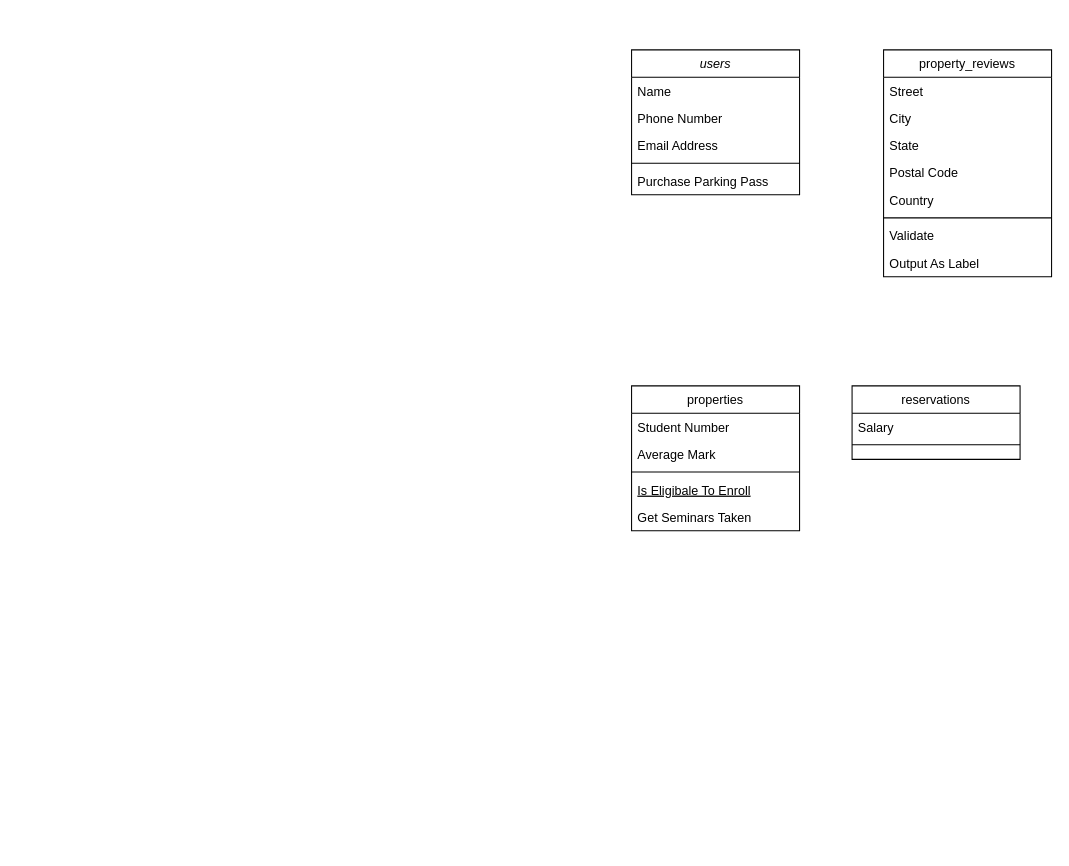
Before: erb/lightbnb erb.drawio in Kevinliao0857/LighthouseBnB, a draw.io diagram. Source tidied: cells renumbered, new cells numbered last; positions are measured from the earlier drawing's top-left corner, leaving out a move shared by most shapes. Both pictures are drawn from the tidied source at 105%, with x=0, y=0 at pixel (631, 49).
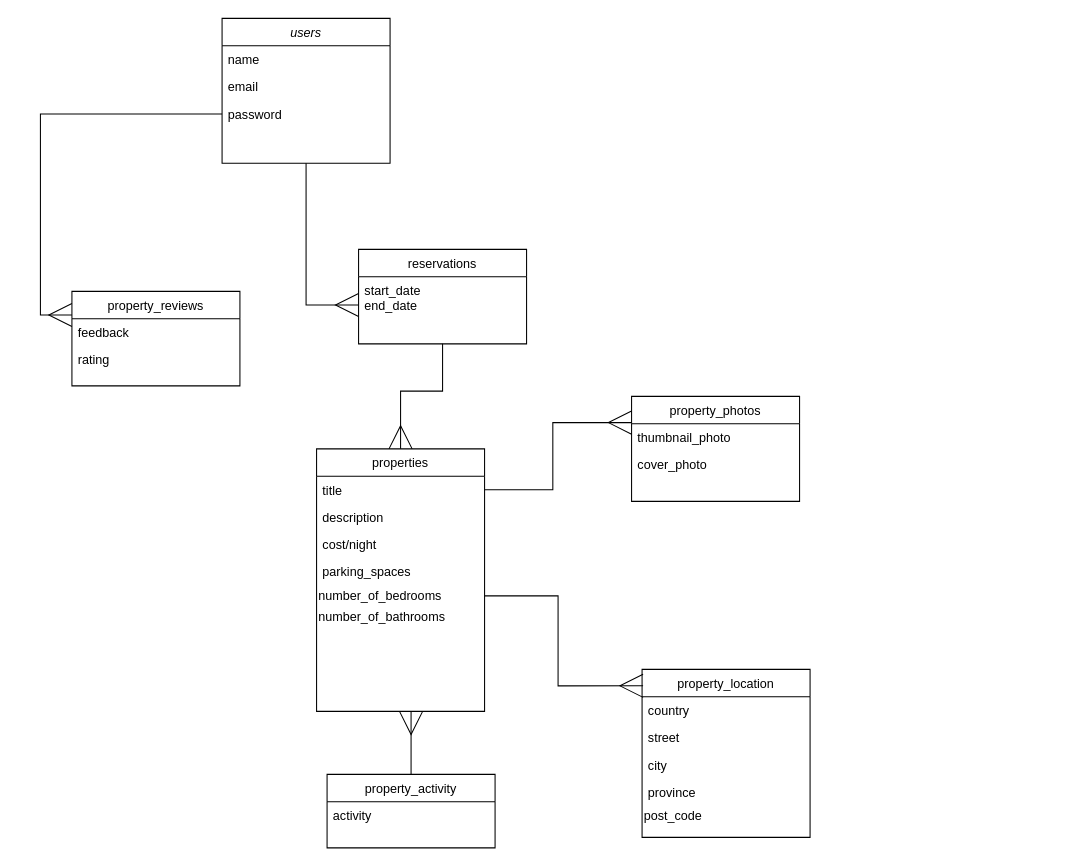
Above is the later version.

Diff of the diagram source:
```diff
@@
+    <mxCell id="26" style="edgeStyle=orthogonalEdgeStyle;rounded=0;jettySize=auto;html=1;endArrow=ERmany;endFill=0;endSize=20;strokeWidth=1;" parent="1" edge="1" source="2" target="15">
+      <mxGeometry relative="1" as="geometry" />
+    </mxCell>
     <mxCell id="2" value="users" style="swimlane;fontStyle=2;align=center;verticalAlign=top;horizontal=1;startSize=26;rounded=0;shadow=0;strokeWidth=1;" parent="1" vertex="1">
-      <mxGeometry width="160" height="138" as="geometry" />
+      <mxGeometry x="-390" y="-30" width="160" height="138" as="geometry" />
     </mxCell>
-    <mxCell id="3" value="Name" style="text;align=left;verticalAlign=top;spacingLeft=4;spacingRight=4;overflow=hidden;" parent="2" vertex="1">
+    <mxCell id="3" value="name" style="text;align=left;verticalAlign=top;spacingLeft=4;spacingRight=4;overflow=hidden;" parent="2" vertex="1">
       <mxGeometry y="26" width="160" height="26" as="geometry" />
     </mxCell>
-    <mxCell id="4" value="Phone Number" style="text;align=left;verticalAlign=top;spacingLeft=4;spacingRight=4;overflow=hidden;rounded=0;shadow=0;html=0;" parent="2" vertex="1">
+    <mxCell id="4" value="email" style="text;align=left;verticalAlign=top;spacingLeft=4;spacingRight=4;overflow=hidden;rounded=0;shadow=0;html=0;" parent="2" vertex="1">
       <mxGeometry y="52" width="160" height="26" as="geometry" />
     </mxCell>
-    <mxCell id="5" value="Email Address" style="text;align=left;verticalAlign=top;spacingLeft=4;spacingRight=4;overflow=hidden;points=[[0,0.5],[1,0.5]];portConstraint=eastwest;rounded=0;shadow=0;html=0;" parent="2" vertex="1">
+    <mxCell id="5" value="password" style="text;align=left;verticalAlign=top;spacingLeft=4;spacingRight=4;overflow=hidden;points=[[0,0.5],[1,0.5]];portConstraint=eastwest;rounded=0;shadow=0;html=0;" parent="2" vertex="1">
       <mxGeometry y="78" width="160" height="26" as="geometry" />
     </mxCell>
-    <mxCell id="6" style="line;html=1;strokeWidth=1;align=left;verticalAlign=middle;spacingTop=-1;spacingLeft=3;spacingRight=3;labelPosition=right;" parent="2" vertex="1">
-      <mxGeometry y="104" width="160" height="8" as="geometry" />
-    </mxCell>
-    <mxCell id="7" value="Purchase Parking Pass" style="text;align=left;verticalAlign=top;spacingLeft=4;spacingRight=4;overflow=hidden;" parent="2" vertex="1">
-      <mxGeometry y="112" width="160" height="26" as="geometry" />
-    </mxCell>
     <mxCell id="8" value="properties" style="swimlane;fontStyle=0;align=center;verticalAlign=top;horizontal=1;startSize=26;rounded=0;shadow=0;strokeWidth=1;" parent="1" vertex="1">
-      <mxGeometry y="320" width="160" height="138" as="geometry" />
+      <mxGeometry x="-300" y="380" width="160" height="250" as="geometry" />
     </mxCell>
-    <mxCell id="9" value="Student Number" style="text;align=left;verticalAlign=top;spacingLeft=4;spacingRight=4;overflow=hidden;points=[[0,0.5],[1,0.5]];portConstraint=eastwest;" parent="8" vertex="1">
+    <mxCell id="9" value="title" style="text;align=left;verticalAlign=top;spacingLeft=4;spacingRight=4;overflow=hidden;points=[[0,0.5],[1,0.5]];portConstraint=eastwest;" parent="8" vertex="1">
       <mxGeometry y="26" width="160" height="26" as="geometry" />
     </mxCell>
-    <mxCell id="10" value="Average Mark" style="text;align=left;verticalAlign=top;spacingLeft=4;spacingRight=4;overflow=hidden;rounded=0;shadow=0;html=0;" parent="8" vertex="1">
+    <mxCell id="10" value="description" style="text;align=left;verticalAlign=top;spacingLeft=4;spacingRight=4;overflow=hidden;rounded=0;shadow=0;html=0;" parent="8" vertex="1">
       <mxGeometry y="52" width="160" height="26" as="geometry" />
     </mxCell>
-    <mxCell id="11" style="line;html=1;strokeWidth=1;align=left;verticalAlign=middle;spacingTop=-1;spacingLeft=3;spacingRight=3;labelPosition=right;" parent="8" vertex="1">
-      <mxGeometry y="78" width="160" height="8" as="geometry" />
-    </mxCell>
-    <mxCell id="12" value="Is Eligibale To Enroll" style="text;align=left;verticalAlign=top;spacingLeft=4;spacingRight=4;overflow=hidden;fontStyle=4;" parent="8" vertex="1">
-      <mxGeometry y="86" width="160" height="26" as="geometry" />
+    <mxCell id="12" value="cost/night" style="text;align=left;verticalAlign=top;spacingLeft=4;spacingRight=4;overflow=hidden;fontStyle=0;" parent="8" vertex="1">
+      <mxGeometry y="78" width="160" height="26" as="geometry" />
     </mxCell>
-    <mxCell id="13" value="Get Seminars Taken" style="text;align=left;verticalAlign=top;spacingLeft=4;spacingRight=4;overflow=hidden;" parent="8" vertex="1">
-      <mxGeometry y="112" width="160" height="26" as="geometry" />
+    <mxCell id="13" value="parking_spaces" style="text;align=left;verticalAlign=top;spacingLeft=4;spacingRight=4;overflow=hidden;" parent="8" vertex="1">
+      <mxGeometry y="104" width="160" height="26" as="geometry" />
     </mxCell>
+    <mxCell id="27" value="&lt;div align=&quot;left&quot;&gt;number_of_bedrooms &lt;br&gt;&lt;/div&gt;" style="text;html=1;align=left;verticalAlign=middle;points=[];rotation=0;" parent="8" vertex="1">
+      <mxGeometry y="130" width="160" height="20" as="geometry" />
+    </mxCell>
+    <mxCell id="28" value="&lt;div align=&quot;left&quot;&gt;number_of_bathrooms&lt;/div&gt;" style="text;html=1;align=left;verticalAlign=middle;" parent="8" vertex="1">
+      <mxGeometry y="150" width="160" height="20" as="geometry" />
+    </mxCell>
+    <mxCell id="29" style="edgeStyle=orthogonalEdgeStyle;rounded=0;jettySize=auto;html=1;endArrow=ERmany;endFill=0;endSize=20;strokeWidth=1;" parent="1" edge="1" source="14" target="8">
+      <mxGeometry relative="1" as="geometry" />
+    </mxCell>
     <mxCell id="14" value="reservations" style="swimlane;fontStyle=0;align=center;verticalAlign=top;horizontal=1;startSize=26;rounded=0;shadow=0;strokeWidth=1;" parent="1" vertex="1">
-      <mxGeometry x="210" y="320" width="160" height="70" as="geometry" />
+      <mxGeometry x="-260" y="190" width="160" height="90" as="geometry" />
     </mxCell>
-    <mxCell id="15" value="Salary" style="text;align=left;verticalAlign=top;spacingLeft=4;spacingRight=4;overflow=hidden;points=[[0,0.5],[1,0.5]];portConstraint=eastwest;" parent="14" vertex="1">
-      <mxGeometry y="26" width="160" height="26" as="geometry" />
+    <mxCell id="15" value="start_date&#10;end_date&#10;" style="text;align=left;verticalAlign=top;spacingLeft=4;spacingRight=4;overflow=hidden;points=[[0,0.5],[1,0.5]];portConstraint=eastwest;" parent="14" vertex="1">
+      <mxGeometry y="26" width="160" height="54" as="geometry" />
     </mxCell>
-    <mxCell id="16" style="line;html=1;strokeWidth=1;align=left;verticalAlign=middle;spacingTop=-1;spacingLeft=3;spacingRight=3;labelPosition=right;" parent="14" vertex="1">
-      <mxGeometry y="52" width="160" height="8" as="geometry" />
-    </mxCell>
     <mxCell id="17" value="property_reviews" style="swimlane;fontStyle=0;align=center;verticalAlign=top;horizontal=1;startSize=26;rounded=0;shadow=0;strokeWidth=1;" parent="1" vertex="1">
-      <mxGeometry x="240" width="160" height="216" as="geometry" />
+      <mxGeometry x="-533" y="230" width="160" height="90" as="geometry" />
     </mxCell>
-    <mxCell id="18" value="Street" style="text;align=left;verticalAlign=top;spacingLeft=4;spacingRight=4;overflow=hidden;" parent="17" vertex="1">
+    <mxCell id="18" value="feedback" style="text;align=left;verticalAlign=top;spacingLeft=4;spacingRight=4;overflow=hidden;" parent="17" vertex="1">
       <mxGeometry y="26" width="160" height="26" as="geometry" />
     </mxCell>
-    <mxCell id="19" value="City" style="text;align=left;verticalAlign=top;spacingLeft=4;spacingRight=4;overflow=hidden;rounded=0;shadow=0;html=0;" parent="17" vertex="1">
+    <mxCell id="19" value="rating" style="text;align=left;verticalAlign=top;spacingLeft=4;spacingRight=4;overflow=hidden;rounded=0;shadow=0;html=0;" parent="17" vertex="1">
       <mxGeometry y="52" width="160" height="26" as="geometry" />
     </mxCell>
-    <mxCell id="20" value="State" style="text;align=left;verticalAlign=top;spacingLeft=4;spacingRight=4;overflow=hidden;rounded=0;shadow=0;html=0;" parent="17" vertex="1">
-      <mxGeometry y="78" width="160" height="26" as="geometry" />
-    </mxCell>
-    <mxCell id="21" value="Postal Code" style="text;align=left;verticalAlign=top;spacingLeft=4;spacingRight=4;overflow=hidden;rounded=0;shadow=0;html=0;" parent="17" vertex="1">
-      <mxGeometry y="104" width="160" height="26" as="geometry" />
-    </mxCell>
-    <mxCell id="22" value="Country" style="text;align=left;verticalAlign=top;spacingLeft=4;spacingRight=4;overflow=hidden;rounded=0;shadow=0;html=0;" parent="17" vertex="1">
-      <mxGeometry y="130" width="160" height="26" as="geometry" />
-    </mxCell>
-    <mxCell id="23" style="line;html=1;strokeWidth=1;align=left;verticalAlign=middle;spacingTop=-1;spacingLeft=3;spacingRight=3;labelPosition=right;" parent="17" vertex="1">
-      <mxGeometry y="156" width="160" height="8" as="geometry" />
-    </mxCell>
-    <mxCell id="24" value="Validate" style="text;align=left;verticalAlign=top;spacingLeft=4;spacingRight=4;overflow=hidden;" parent="17" vertex="1">
-      <mxGeometry y="164" width="160" height="26" as="geometry" />
-    </mxCell>
-    <mxCell id="25" value="Output As Label" style="text;align=left;verticalAlign=top;spacingLeft=4;spacingRight=4;overflow=hidden;" parent="17" vertex="1">
-      <mxGeometry y="190" width="160" height="26" as="geometry" />
-    </mxCell>
+    <mxCell id="30" value="property_photos" style="swimlane;fontStyle=0;align=center;verticalAlign=top;horizontal=1;startSize=26;rounded=0;shadow=0;strokeWidth=1;" parent="1" vertex="1">
+      <mxGeometry y="330" width="160" height="100" as="geometry" />
+    </mxCell>
+    <mxCell id="31" value="thumbnail_photo" style="text;align=left;verticalAlign=top;spacingLeft=4;spacingRight=4;overflow=hidden;" parent="30" vertex="1">
+      <mxGeometry y="26" width="160" height="26" as="geometry" />
+    </mxCell>
+    <mxCell id="32" value="cover_photo" style="text;align=left;verticalAlign=top;spacingLeft=4;spacingRight=4;overflow=hidden;rounded=0;shadow=0;html=0;" parent="30" vertex="1">
+      <mxGeometry y="52" width="160" height="26" as="geometry" />
+    </mxCell>
+    <mxCell id="33" value="property_location" style="swimlane;fontStyle=0;align=center;verticalAlign=top;horizontal=1;startSize=26;rounded=0;shadow=0;strokeWidth=1;" parent="1" vertex="1">
+      <mxGeometry x="10" y="590" width="160" height="160" as="geometry" />
+    </mxCell>
+    <mxCell id="34" value="country" style="text;align=left;verticalAlign=top;spacingLeft=4;spacingRight=4;overflow=hidden;" parent="33" vertex="1">
+      <mxGeometry y="26" width="160" height="26" as="geometry" />
+    </mxCell>
+    <mxCell id="35" value="street" style="text;align=left;verticalAlign=top;spacingLeft=4;spacingRight=4;overflow=hidden;rounded=0;shadow=0;html=0;" parent="33" vertex="1">
+      <mxGeometry y="52" width="160" height="26" as="geometry" />
+    </mxCell>
+    <mxCell id="36" value="city" style="text;align=left;verticalAlign=top;spacingLeft=4;spacingRight=4;overflow=hidden;fontStyle=0;" parent="33" vertex="1">
+      <mxGeometry y="78" width="160" height="26" as="geometry" />
+    </mxCell>
+    <mxCell id="37" value="province" style="text;align=left;verticalAlign=top;spacingLeft=4;spacingRight=4;overflow=hidden;" parent="33" vertex="1">
+      <mxGeometry y="104" width="160" height="26" as="geometry" />
+    </mxCell>
+    <mxCell id="38" value="post_code" style="text;html=1;align=left;verticalAlign=middle;rotation=0;" parent="33" vertex="1">
+      <mxGeometry y="130" width="160" height="20" as="geometry" />
+    </mxCell>
+    <mxCell id="39" style="edgeStyle=orthogonalEdgeStyle;rounded=0;jettySize=auto;html=1;endArrow=ERmany;endFill=0;endSize=20;strokeWidth=1;" parent="1" edge="1" source="40">
+      <mxGeometry relative="1" as="geometry">
+        <mxPoint x="-210" y="630" as="targetPoint" />
+      </mxGeometry>
+    </mxCell>
+    <mxCell id="40" value="property_activity" style="swimlane;fontStyle=0;align=center;verticalAlign=top;horizontal=1;startSize=26;rounded=0;shadow=0;strokeWidth=1;" parent="1" vertex="1">
+      <mxGeometry x="-290" y="690" width="160" height="70" as="geometry" />
+    </mxCell>
+    <mxCell id="41" value="activity" style="text;align=left;verticalAlign=top;spacingLeft=4;spacingRight=4;overflow=hidden;" parent="40" vertex="1">
+      <mxGeometry y="26" width="160" height="26" as="geometry" />
+    </mxCell>
+    <mxCell id="42" style="edgeStyle=orthogonalEdgeStyle;rounded=0;jettySize=auto;html=1;exitX=1;exitY=0.5;exitDx=0;exitDy=0;entryX=0;entryY=0.25;entryDx=0;entryDy=0;endArrow=ERmany;endFill=0;endSize=20;strokeWidth=1;" parent="1" edge="1" source="9" target="30">
+      <mxGeometry relative="1" as="geometry" />
+    </mxCell>
+    <mxCell id="43" style="edgeStyle=orthogonalEdgeStyle;rounded=0;jettySize=auto;html=1;entryX=0;entryY=0.25;entryDx=0;entryDy=0;endArrow=ERmany;endFill=0;endSize=20;strokeWidth=1;" parent="1" edge="1" source="5" target="17">
+      <mxGeometry relative="1" as="geometry" />
+    </mxCell>
+    <mxCell id="44" style="edgeStyle=orthogonalEdgeStyle;rounded=0;jettySize=auto;html=1;entryX=0.006;entryY=0.098;entryDx=0;entryDy=0;entryPerimeter=0;endArrow=ERmany;endFill=0;endSize=20;strokeWidth=1;" parent="1" edge="1" source="27" target="33">
+      <mxGeometry relative="1" as="geometry" />
+    </mxCell>
```
